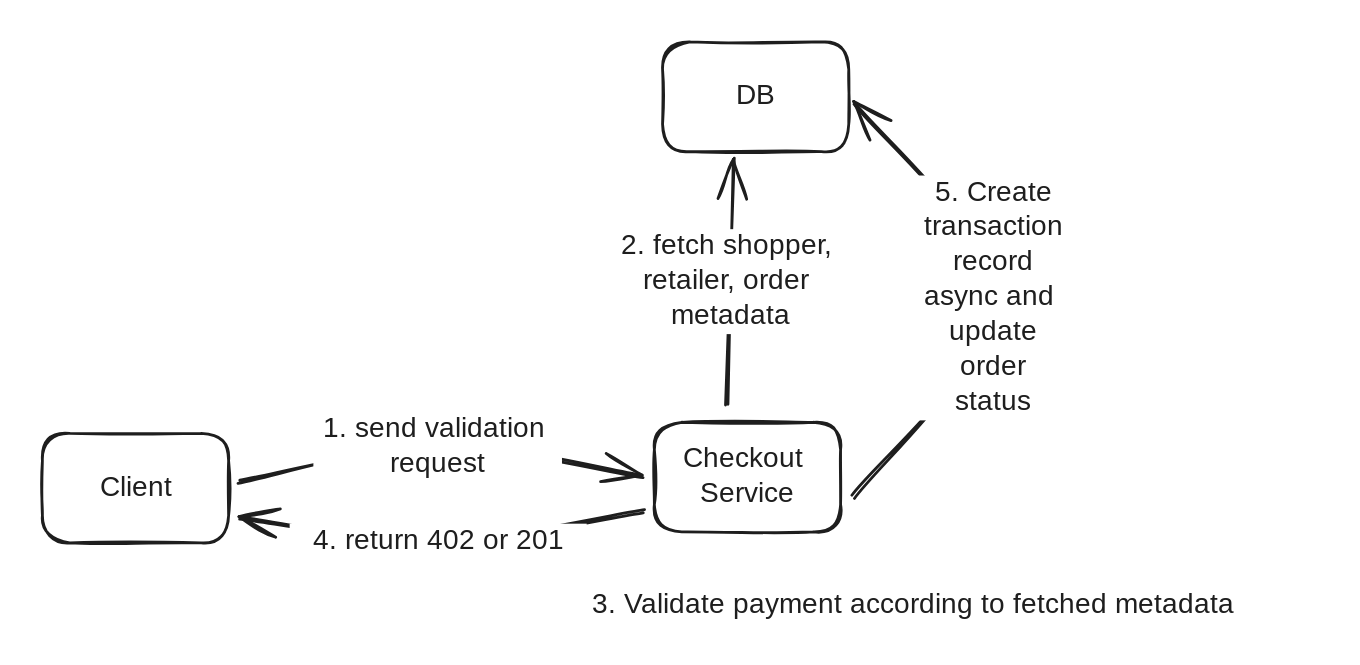
Above: .gitbook/assets/file.excalidraw.svg in dongzeli95/swe-interview (Excalidraw), before the change. Source tidied: one line per element, renumbered; positions are measured from the earlier drawing's top-left corner, leaving out a move shared by most shapes.
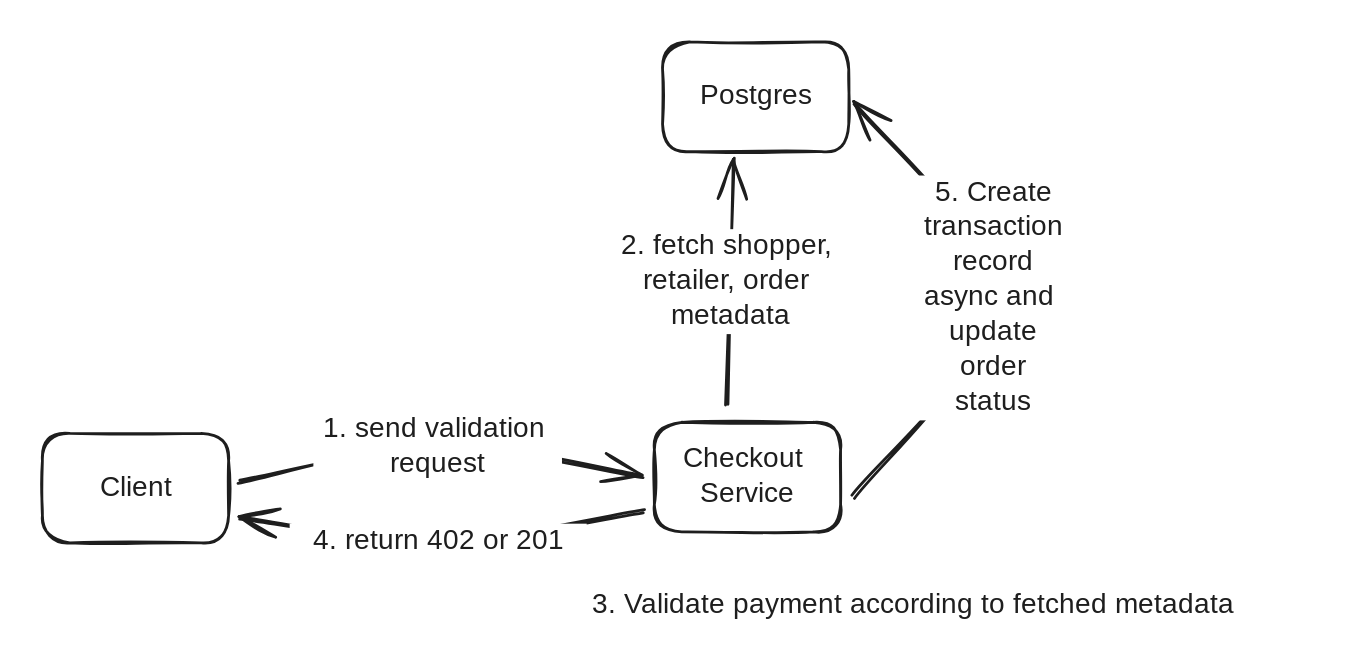
After the commit.

What changed in the source:
```diff
@@ -3,7 +3,7 @@
 {"id": 2, "type": "rectangle", "strokeColor": "#1e1e1e", "strokeWidth": 2, "roughness": 1, "round": true, "x": 437, "y": 272, "width": 133, "height": 78}
 {"id": 3, "type": "text", "text": "Checkout \nService", "strokeColor": "#1e1e1e", "strokeWidth": 2, "roughness": 1, "fontSize": 20, "fontFamily": 1, "textAlign": "center", "verticalAlign": "middle", "inside": 2, "x": 455, "y": 286, "width": 97, "height": 50}
 {"id": 4, "type": "rectangle", "strokeColor": "#1e1e1e", "strokeWidth": 2, "roughness": 1, "round": true, "x": 443, "y": 0, "width": 133, "height": 78}
-{"id": 5, "type": "text", "text": "DB", "strokeColor": "#1e1e1e", "strokeWidth": 2, "roughness": 1, "fontSize": 20, "fontFamily": 1, "textAlign": "center", "verticalAlign": "middle", "inside": 4, "x": 495, "y": 27, "width": 30, "height": 25}
+{"id": 5, "type": "text", "text": "Postgres", "strokeColor": "#1e1e1e", "strokeWidth": 2, "roughness": 1, "fontSize": 20, "fontFamily": 1, "textAlign": "center", "verticalAlign": "middle", "inside": 4, "x": 466, "y": 27, "width": 87, "height": 25}
 {"id": 6, "type": "arrow", "strokeColor": "#1e1e1e", "strokeWidth": 2, "roughness": 1, "endArrowhead": "arrow", "round": true, "from": 0, "to": 2, "x": 141, "y": 314, "width": 288, "height": 24, "points": [[0, 0], [142, -24], [288, -4]]}
 {"id": 7, "type": "text", "text": "1. send validation \nrequest", "strokeColor": "#1e1e1e", "strokeWidth": 2, "roughness": 1, "fontSize": 20, "fontFamily": 1, "textAlign": "center", "verticalAlign": "middle", "inside": 6, "x": 195, "y": 287, "width": 178, "height": 50}
 {"id": 8, "type": "arrow", "strokeColor": "#1e1e1e", "strokeWidth": 2, "roughness": 1, "endArrowhead": "arrow", "round": true, "from": 2, "to": 4, "x": 489, "y": 258, "width": 5, "height": 174, "points": [[0, 0], [5, -174]]}
```
